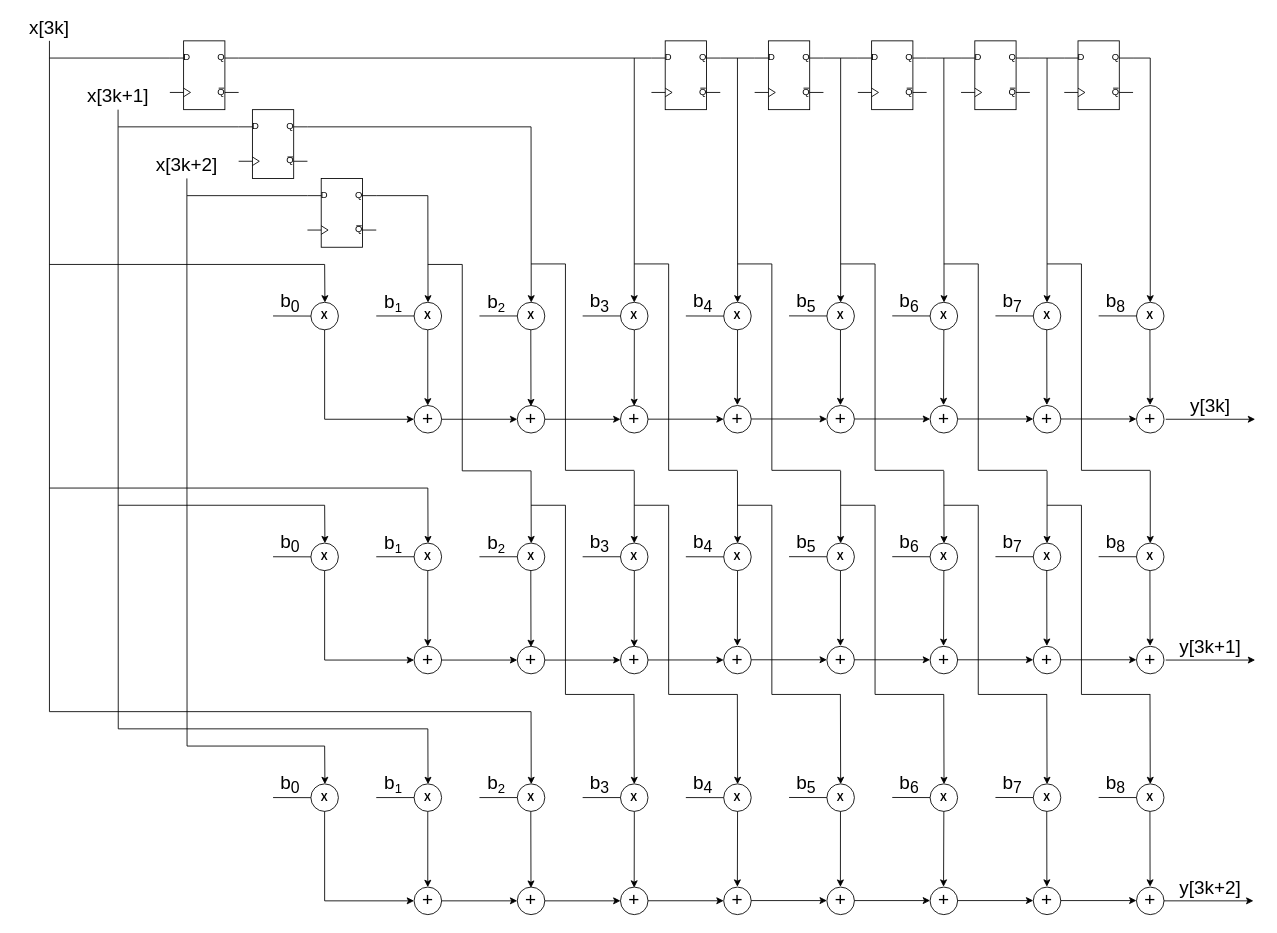
The draw.io diagram page "Fir unfolded" (2 of 2) of LAB1/fir_filter.drawio in notogp/Labs_ISA_Group26, before the edit. Source tidied: cells renumbered, new cells numbered last; positions are measured from the earlier drawing's top-left corner, leaving out a move shared by most shapes. Both pictures are drawn from the tidied source at 86%, with x=0, y=0 at pixel (15, 15).
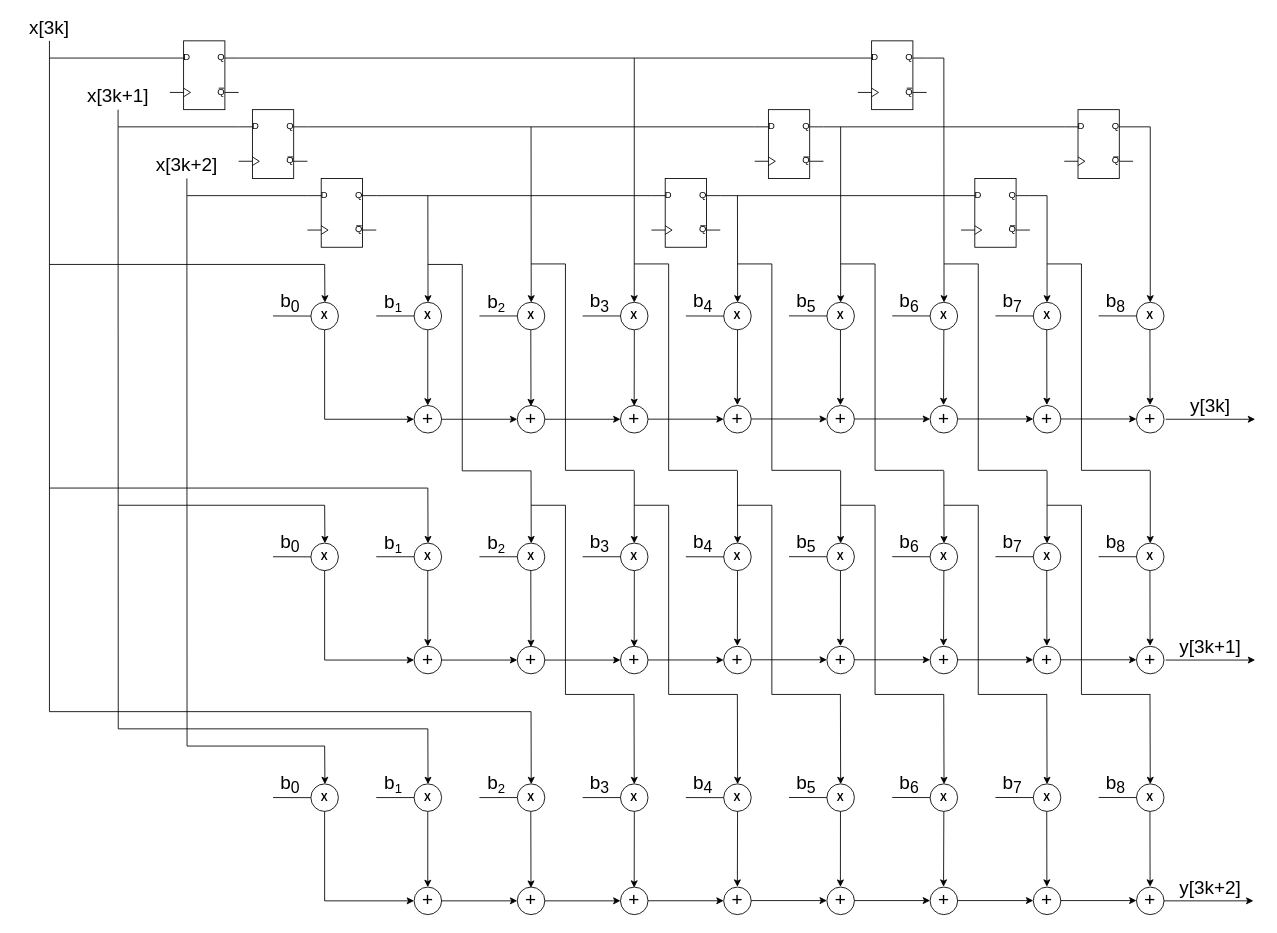
Above is the later version.

Unchanged cells that the change refers to:
```xml
<mxCell id="8" style="verticalLabelPosition=bottom;shadow=0;dashed=0;align=center;html=1;verticalAlign=top;shape=mxgraph.electrical.logic_gates.d_type_flip-flop;" parent="1" vertex="1">
  <mxGeometry x="980" y="30" width="80" height="80" as="geometry" />
</mxCell>
```

Change to the diagram source:
```diff
@@
     <mxCell id="2" style="verticalLabelPosition=bottom;shadow=0;dashed=0;align=center;html=1;verticalAlign=top;shape=mxgraph.electrical.logic_gates.d_type_flip-flop;" parent="1" vertex="1">
-      <mxGeometry x="1220" y="30" width="80" height="80" as="geometry" />
+      <mxGeometry x="1220" y="110" width="80" height="80" as="geometry" />
     </mxCell>
@@
-    <mxCell id="6" style="verticalLabelPosition=bottom;shadow=0;dashed=0;align=center;html=1;verticalAlign=top;shape=mxgraph.electrical.logic_gates.d_type_flip-flop;" parent="1" vertex="1">
-      <mxGeometry x="740" y="30" width="80" height="80" as="geometry" />
-    </mxCell>
     <mxCell id="7" style="verticalLabelPosition=bottom;shadow=0;dashed=0;align=center;html=1;verticalAlign=top;shape=mxgraph.electrical.logic_gates.d_type_flip-flop;" parent="1" vertex="1">
-      <mxGeometry x="860" y="30" width="80" height="80" as="geometry" />
+      <mxGeometry x="860" y="110" width="80" height="80" as="geometry" />
     </mxCell>
@@
-    <mxCell id="9" style="verticalLabelPosition=bottom;shadow=0;dashed=0;align=center;html=1;verticalAlign=top;shape=mxgraph.electrical.logic_gates.d_type_flip-flop;" parent="1" vertex="1">
-      <mxGeometry x="1100" y="30" width="80" height="80" as="geometry" />
-    </mxCell>
@@
     <mxCell id="38" style="endArrow=classic;html=1;rounded=0;entryX=0.508;entryY=0.107;entryDx=0;entryDy=0;entryPerimeter=0;" parent="1" edge="1">
       <mxGeometry relative="1" as="geometry">
-        <mxPoint x="840" y="50" as="sourcePoint" />
+        <mxPoint x="840" y="210" as="sourcePoint" />
         <mxPoint x="840.2" y="334.3" as="targetPoint" />
       </mxGeometry>
     </mxCell>
     <mxCell id="39" style="endArrow=classic;html=1;rounded=0;entryX=0.508;entryY=0.107;entryDx=0;entryDy=0;entryPerimeter=0;" parent="1" edge="1">
       <mxGeometry relative="1" as="geometry">
-        <mxPoint x="960" y="50" as="sourcePoint" />
+        <mxPoint x="960" y="130" as="sourcePoint" />
         <mxPoint x="960" y="334.3" as="targetPoint" />
       </mxGeometry>
     </mxCell>
@@
     <mxCell id="41" style="endArrow=classic;html=1;rounded=0;entryX=0.508;entryY=0.107;entryDx=0;entryDy=0;entryPerimeter=0;" parent="1" edge="1">
       <mxGeometry relative="1" as="geometry">
-        <mxPoint x="1200" y="50" as="sourcePoint" />
+        <mxPoint x="1200" y="210" as="sourcePoint" />
         <mxPoint x="1200" y="334.3" as="targetPoint" />
       </mxGeometry>
     </mxCell>
-    <mxCell id="42" style="endArrow=none;html=1;rounded=0;exitX=1;exitY=0.25;exitDx=0;exitDy=0;exitPerimeter=0;entryX=0;entryY=0.25;entryDx=0;entryDy=0;entryPerimeter=0;" parent="1" edge="1" source="9" target="2">
-      <mxGeometry relative="1" as="geometry" />
-    </mxCell>
@@
     <mxCell id="84" style="endArrow=classic;html=1;rounded=0;entryX=0.508;entryY=0.107;entryDx=0;entryDy=0;entryPerimeter=0;" parent="1" edge="1">
       <mxGeometry relative="1" as="geometry">
-        <mxPoint x="1320" y="50" as="sourcePoint" />
+        <mxPoint x="1320" y="130" as="sourcePoint" />
         <mxPoint x="1320" y="334.3" as="targetPoint" />
       </mxGeometry>
     </mxCell>
@@
-    <mxCell id="259" style="endArrow=none;html=1;rounded=0;fontSize=13;" parent="1" edge="1">
+    <mxCell id="259" style="endArrow=none;html=1;rounded=0;fontSize=13;entryX=0;entryY=0.25;entryDx=0;entryDy=0;entryPerimeter=0;" parent="1" edge="1" target="312">
       <mxGeometry relative="1" as="geometry">
         <mxPoint x="420" y="210" as="sourcePoint" />
-        <mxPoint x="480" y="210" as="targetPoint" />
       </mxGeometry>
     </mxCell>
-    <mxCell id="260" style="endArrow=none;html=1;rounded=0;fontSize=13;" parent="1" edge="1">
+    <mxCell id="260" style="endArrow=none;html=1;rounded=0;fontSize=13;entryX=0;entryY=0.25;entryDx=0;entryDy=0;entryPerimeter=0;" parent="1" edge="1" target="7">
       <mxGeometry relative="1" as="geometry">
         <mxPoint x="340" y="130" as="sourcePoint" />
-        <mxPoint x="600" y="130" as="targetPoint" />
       </mxGeometry>
     </mxCell>
-    <mxCell id="261" style="endArrow=none;html=1;rounded=0;fontSize=13;entryX=0;entryY=0.25;entryDx=0;entryDy=0;entryPerimeter=0;" parent="1" edge="1" target="6">
+    <mxCell id="261" style="endArrow=none;html=1;rounded=0;fontSize=13;entryX=0;entryY=0.25;entryDx=0;entryDy=0;entryPerimeter=0;" parent="1" edge="1" target="8">
       <mxGeometry relative="1" as="geometry">
         <mxPoint x="260" y="50" as="sourcePoint" />
       </mxGeometry>
     </mxCell>
-    <mxCell id="262" style="endArrow=none;html=1;rounded=0;exitX=1;exitY=0.25;exitDx=0;exitDy=0;exitPerimeter=0;entryX=0;entryY=0.25;entryDx=0;entryDy=0;entryPerimeter=0;" parent="1" edge="1">
+    <mxCell id="262" style="endArrow=none;html=1;rounded=0;exitX=1;exitY=0.25;exitDx=0;exitDy=0;exitPerimeter=0;" parent="1" edge="1">
       <mxGeometry relative="1" as="geometry">
         <mxPoint x="1060" y="50" as="sourcePoint" />
-        <mxPoint x="1100" y="50" as="targetPoint" />
+        <mxPoint x="1080" y="50" as="targetPoint" />
       </mxGeometry>
     </mxCell>
-    <mxCell id="263" style="endArrow=none;html=1;rounded=0;exitX=1;exitY=0.25;exitDx=0;exitDy=0;exitPerimeter=0;entryX=0;entryY=0.25;entryDx=0;entryDy=0;entryPerimeter=0;" parent="1" edge="1">
-      <mxGeometry relative="1" as="geometry">
-        <mxPoint x="940" y="50" as="sourcePoint" />
-        <mxPoint x="980" y="50" as="targetPoint" />
-      </mxGeometry>
-    </mxCell>
-    <mxCell id="264" style="endArrow=none;html=1;rounded=0;exitX=1;exitY=0.25;exitDx=0;exitDy=0;exitPerimeter=0;entryX=0;entryY=0.25;entryDx=0;entryDy=0;entryPerimeter=0;" parent="1" edge="1">
+    <mxCell id="264" style="endArrow=none;html=1;rounded=0;exitX=1;exitY=0.25;exitDx=0;exitDy=0;exitPerimeter=0;entryX=0;entryY=0.25;entryDx=0;entryDy=0;entryPerimeter=0;" parent="1" edge="1" target="2">
       <mxGeometry relative="1" as="geometry">
-        <mxPoint x="820" y="50" as="sourcePoint" />
-        <mxPoint x="860" y="50" as="targetPoint" />
+        <mxPoint x="940" y="130" as="sourcePoint" />
       </mxGeometry>
     </mxCell>
-    <mxCell id="265" style="endArrow=none;html=1;rounded=0;fontSize=13;" parent="1" edge="1">
+    <mxCell id="265" style="endArrow=none;html=1;rounded=0;fontSize=13;exitX=1;exitY=0.25;exitDx=0;exitDy=0;exitPerimeter=0;" parent="1" edge="1" source="2">
       <mxGeometry relative="1" as="geometry">
-        <mxPoint x="1300" y="50" as="sourcePoint" />
-        <mxPoint x="1320" y="50" as="targetPoint" />
+        <mxPoint x="1320" y="130" as="targetPoint" />
       </mxGeometry>
     </mxCell>
@@
+    <mxCell id="312" style="verticalLabelPosition=bottom;shadow=0;dashed=0;align=center;html=1;verticalAlign=top;shape=mxgraph.electrical.logic_gates.d_type_flip-flop;" parent="1" vertex="1">
+      <mxGeometry x="740" y="190" width="80" height="80" as="geometry" />
+    </mxCell>
+    <mxCell id="313" style="endArrow=none;html=1;rounded=0;fontSize=13;entryX=0;entryY=0.25;entryDx=0;entryDy=0;entryPerimeter=0;" parent="1" edge="1" target="314">
+      <mxGeometry relative="1" as="geometry">
+        <mxPoint x="820" y="210" as="sourcePoint" />
+      </mxGeometry>
+    </mxCell>
+    <mxCell id="314" style="verticalLabelPosition=bottom;shadow=0;dashed=0;align=center;html=1;verticalAlign=top;shape=mxgraph.electrical.logic_gates.d_type_flip-flop;" parent="1" vertex="1">
+      <mxGeometry x="1100" y="190" width="80" height="80" as="geometry" />
+    </mxCell>
+    <mxCell id="315" style="endArrow=none;html=1;rounded=0;exitX=1;exitY=0.25;exitDx=0;exitDy=0;exitPerimeter=0;" parent="1" edge="1">
+      <mxGeometry relative="1" as="geometry">
+        <mxPoint x="1180" y="210" as="sourcePoint" />
+        <mxPoint x="1200" y="210" as="targetPoint" />
+      </mxGeometry>
+    </mxCell>
```
